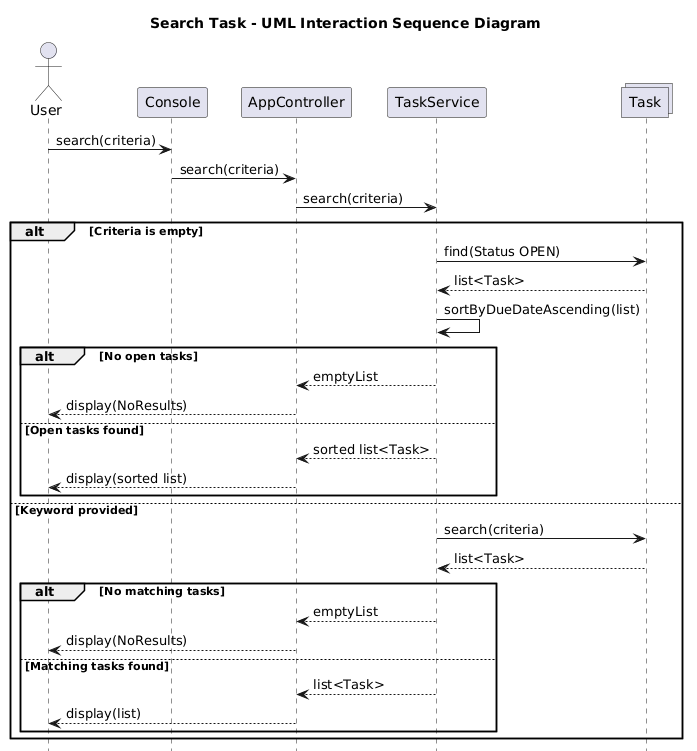
Earlier version of the PlantUML export Iteration 4/UML_INTERACTION_DIAGRAM/ISD_SEARCH_TASK.png (SpenyT/SOEN342-W26).
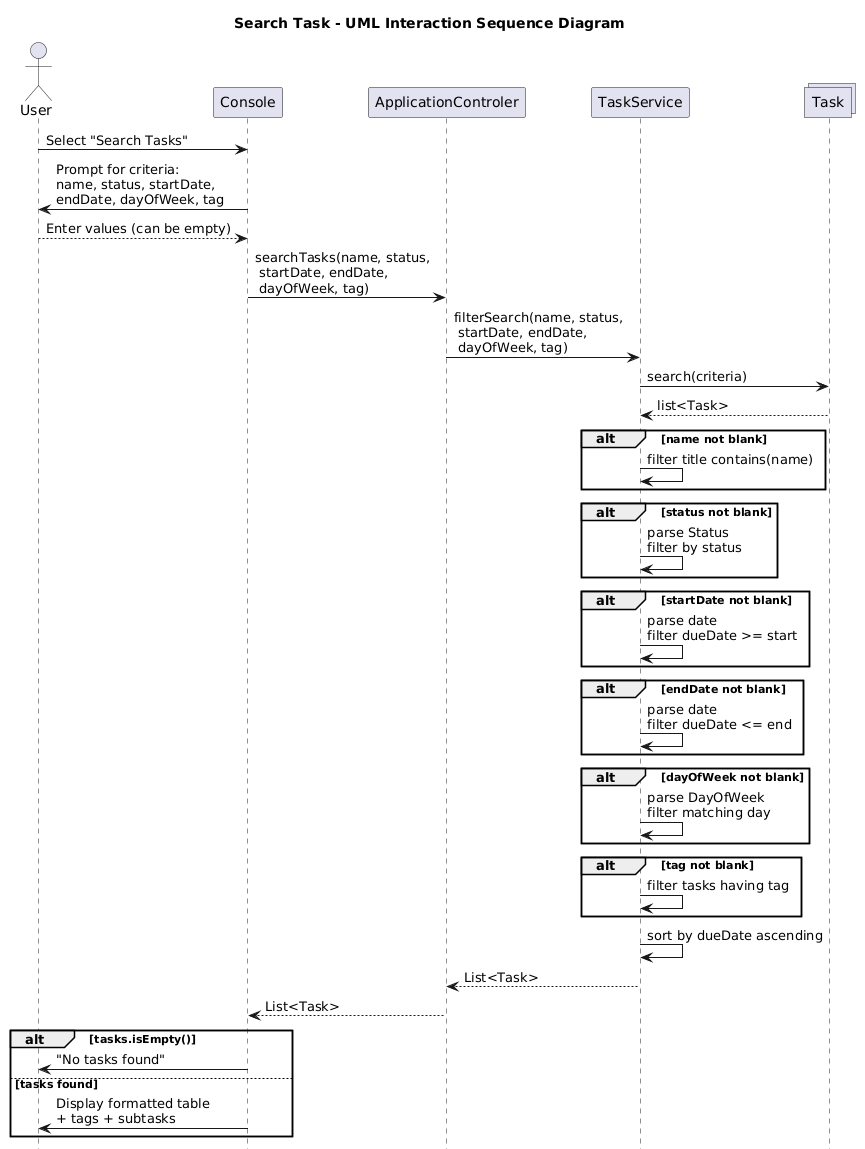
The same file after the commit.

Diff of the diagram source:
```diff
@@ -1,44 +1,67 @@
 @startuml
 title Search Task - UML Interaction Sequence Diagram
+
 actor User
 participant Console
-participant AppController as TC
-participant "TaskService" as TS
-
+participant ApplicationControler as Controller
+participant TaskService
 collections "Task" as TR order 20
 
 
 
-User -> Console: search(criteria)
-Console -> TC: search(criteria)
-TC -> TS: search(criteria)
+User -> Console : Select "Search Tasks"
 
 
-alt Criteria is empty
-    TS -> TR : find(Status OPEN)
-    TR --> TS : list<Task>
-    TS -> TS : sortByDueDateAscending(list)
+Console -> User : Prompt for criteria:\nname, status, startDate,\nendDate, dayOfWeek, tag
+User --> Console : Enter values (can be empty)
 
-    alt No open tasks
-        TS --> TC : emptyList
-        TC --> User : display(NoResults)
-    else Open tasks found
-        TS --> TC : sorted list<Task>
-        TC --> User : display(sorted list)
-    end
 
-else Keyword provided
-    TS -> TR : search(criteria)
-    TR --> TS : list<Task>
+Console -> Controller : searchTasks(name, status,\n startDate, endDate,\n dayOfWeek, tag)
 
-    alt No matching tasks
-        TS --> TC : emptyList
-        TC --> User : display(NoResults)
-    else Matching tasks found
-        TS --> TC : list<Task>
-        TC --> User : display(list)
-    end
+Controller -> TaskService : filterSearch(name, status,\n startDate, endDate,\n dayOfWeek, tag)
+
+
+
+TaskService -> TR : search(criteria)
+    TR --> TaskService : list<Task>
+
+
+alt name not blank
+    TaskService -> TaskService : filter title contains(name)
 end
 
+alt status not blank
+    TaskService -> TaskService : parse Status\nfilter by status
+end
+
+alt startDate not blank
+    TaskService -> TaskService : parse date\nfilter dueDate >= start
+end
+
+alt endDate not blank
+    TaskService -> TaskService : parse date\nfilter dueDate <= end
+end
+
+alt dayOfWeek not blank
+    TaskService -> TaskService : parse DayOfWeek\nfilter matching day
+end
+
+alt tag not blank
+    TaskService -> TaskService : filter tasks having tag
+end
+
+
+TaskService -> TaskService : sort by dueDate ascending
+
+TaskService --> Controller : List<Task>
+Controller --> Console : List<Task>
+
+
+
+alt tasks.isEmpty()
+    Console -> User : "No tasks found"
+else tasks found
+    Console -> User : Display formatted table\n+ tags + subtasks
+end
 hide footbox
 @enduml
```
